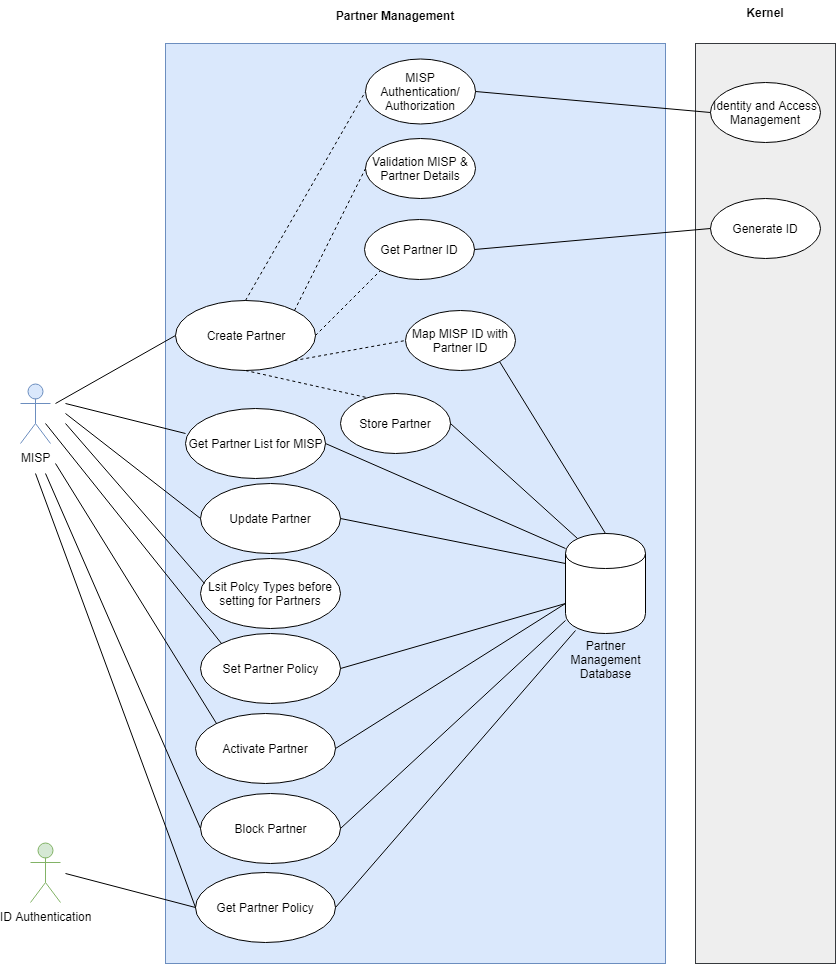
Earlier version of the draw.io export _images/arch_diagrams/PMPartnerManagement.png (ssenmosip/mosip-temp-documentation). Source tidied: cells renumbered, new cells last; positions are measured from the earlier drawing's top-left corner, leaving out a move shared by most shapes.
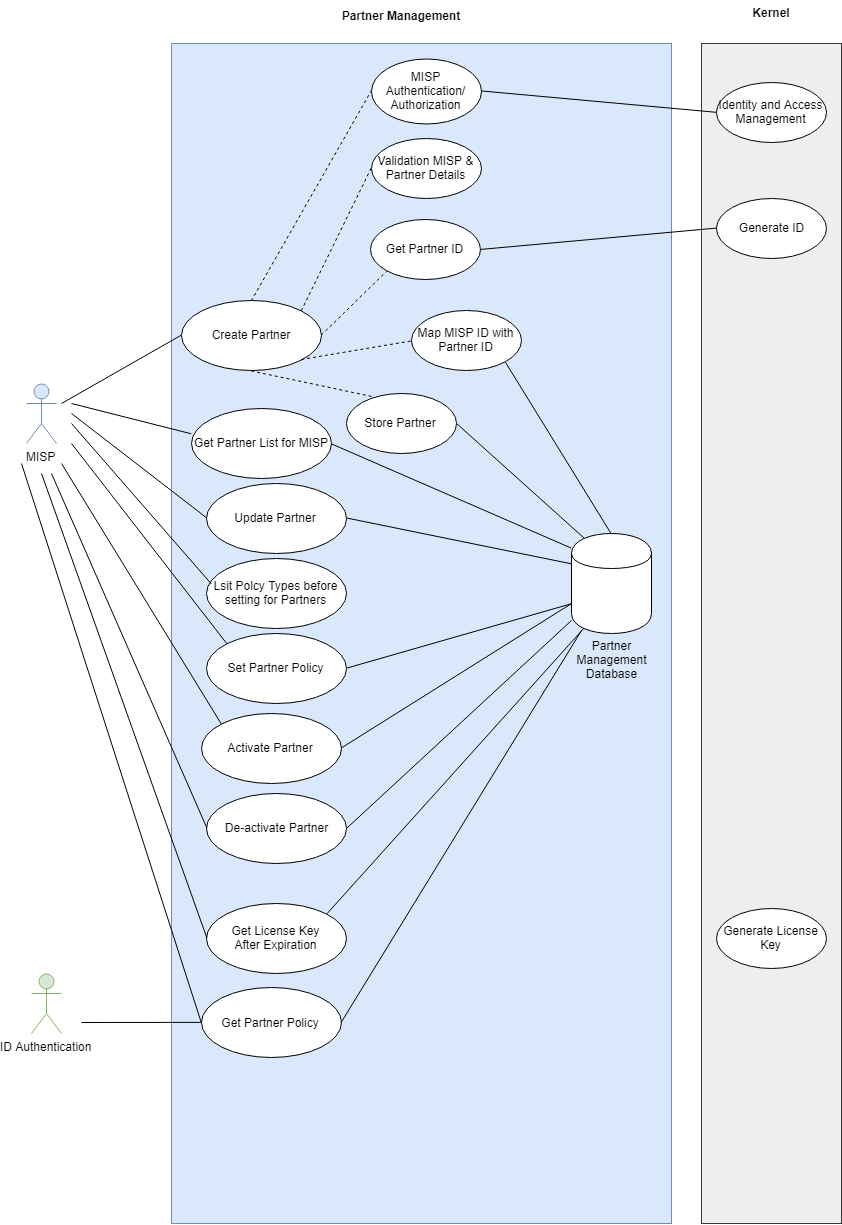
The same file after the commit.

Commit message:
Partner MAnagement High Level Design Changes

Change to the diagram source:
```diff
@@ -3,7 +3,7 @@
     <mxCell id="0" />
     <mxCell id="1" parent="0" />
     <mxCell id="2" style="html=1;fillColor=#dae8fc;strokeColor=#6c8ebf;" parent="1" vertex="1">
-      <mxGeometry x="145" y="43" width="500" height="920" as="geometry" />
+      <mxGeometry x="145" y="43" width="500" height="1180" as="geometry" />
     </mxCell>
     <mxCell id="3" value="MISP" style="shape=umlActor;verticalLabelPosition=bottom;labelBackgroundColor=#ffffff;verticalAlign=top;html=1;fillColor=#dae8fc;strokeColor=#6c8ebf;" parent="1" vertex="1">
       <mxGeometry y="383" width="30" height="60" as="geometry" />
@@ -49,7 +49,7 @@
     <mxCell id="16" value="Activate Partner" style="ellipse;whiteSpace=wrap;html=1;" parent="1" vertex="1">
       <mxGeometry x="175" y="713" width="140" height="70" as="geometry" />
     </mxCell>
-    <mxCell id="17" value="Block Partner" style="ellipse;whiteSpace=wrap;html=1;" parent="1" vertex="1">
+    <mxCell id="17" value="De-activate Partner" style="ellipse;whiteSpace=wrap;html=1;" parent="1" vertex="1">
       <mxGeometry x="180" y="793" width="140" height="70" as="geometry" />
     </mxCell>
     <mxCell id="18" style="shape=cylinder;whiteSpace=wrap;html=1;boundedLbl=1;backgroundOutline=1;" parent="1" vertex="1">
@@ -60,7 +60,7 @@
     </mxCell>
     <mxCell id="20" style="endArrow=none;html=1;entryX=0;entryY=0;entryDx=0;entryDy=0;" parent="1" edge="1" target="15">
       <mxGeometry relative="1" as="geometry">
-        <mxPoint x="25" y="423" as="sourcePoint" />
+        <mxPoint x="45" y="443" as="sourcePoint" />
       </mxGeometry>
     </mxCell>
     <mxCell id="21" style="endArrow=none;html=1;entryX=0;entryY=0;entryDx=0;entryDy=0;" parent="1" edge="1" target="16">
@@ -93,7 +93,7 @@
       <mxGeometry relative="1" as="geometry" />
     </mxCell>
     <mxCell id="28" style="rounded=0;whiteSpace=wrap;html=1;fillColor=#eeeeee;strokeColor=#36393d;" parent="1" vertex="1">
-      <mxGeometry x="675" y="43" width="140" height="920" as="geometry" />
+      <mxGeometry x="675" y="43" width="140" height="1180" as="geometry" />
     </mxCell>
     <mxCell id="29" value="Kernel" style="text;align=center;fontStyle=1;verticalAlign=middle;spacingLeft=3;spacingRight=3;strokeColor=none;" parent="1" vertex="1">
       <mxGeometry x="705" width="80" height="26" as="geometry" />
@@ -126,19 +126,19 @@
       <mxGeometry relative="1" as="geometry" />
     </mxCell>
     <mxCell id="39" value="Get Partner Policy" style="ellipse;whiteSpace=wrap;html=1;" parent="1" vertex="1">
-      <mxGeometry x="175" y="872" width="140" height="70" as="geometry" />
+      <mxGeometry x="175" y="987.5" width="140" height="70" as="geometry" />
     </mxCell>
     <mxCell id="40" style="endArrow=none;html=1;entryX=0;entryY=0.5;entryDx=0;entryDy=0;" parent="1" edge="1" target="39">
       <mxGeometry relative="1" as="geometry">
-        <mxPoint x="15" y="473" as="sourcePoint" />
+        <mxPoint x="-5" y="463" as="sourcePoint" />
       </mxGeometry>
     </mxCell>
     <mxCell id="41" value="ID Authentication" style="shape=umlActor;verticalLabelPosition=bottom;labelBackgroundColor=#ffffff;verticalAlign=top;html=1;fillColor=#d5e8d4;strokeColor=#82b366;" parent="1" vertex="1">
-      <mxGeometry x="10" y="842" width="30" height="60" as="geometry" />
+      <mxGeometry x="5" y="973" width="30" height="60" as="geometry" />
     </mxCell>
     <mxCell id="42" style="endArrow=none;html=1;entryX=0;entryY=0.5;entryDx=0;entryDy=0;" parent="1" edge="1" target="39">
       <mxGeometry relative="1" as="geometry">
-        <mxPoint x="45" y="873" as="sourcePoint" />
+        <mxPoint x="55" y="1022" as="sourcePoint" />
       </mxGeometry>
     </mxCell>
     <mxCell id="43" value="Get Partner List for MISP" style="ellipse;whiteSpace=wrap;html=1;" parent="1" vertex="1">
@@ -165,5 +165,19 @@
         <mxPoint x="555" y="630" as="sourcePoint" />
       </mxGeometry>
     </mxCell>
+    <mxCell id="49" value="Get License Key&lt;br&gt;After Expiration&lt;br&gt;" style="ellipse;whiteSpace=wrap;html=1;" parent="1" vertex="1">
+      <mxGeometry x="180" y="903" width="140" height="70" as="geometry" />
+    </mxCell>
+    <mxCell id="50" style="endArrow=none;html=1;entryX=0;entryY=0.5;entryDx=0;entryDy=0;" parent="1" edge="1" target="49">
+      <mxGeometry relative="1" as="geometry">
+        <mxPoint x="15" y="473" as="sourcePoint" />
+      </mxGeometry>
+    </mxCell>
+    <mxCell id="51" style="endArrow=none;html=1;entryX=0.15;entryY=0.95;entryDx=0;entryDy=0;entryPerimeter=0;exitX=1;exitY=0;exitDx=0;exitDy=0;" parent="1" edge="1" source="49" target="18">
+      <mxGeometry relative="1" as="geometry" />
+    </mxCell>
+    <mxCell id="52" value="Generate License Key&lt;br&gt;" style="ellipse;whiteSpace=wrap;html=1;rotation=0;" parent="1" vertex="1">
+      <mxGeometry x="690" y="908" width="110" height="60" as="geometry" />
+    </mxCell>
   </root>
 </mxGraphModel>
```
